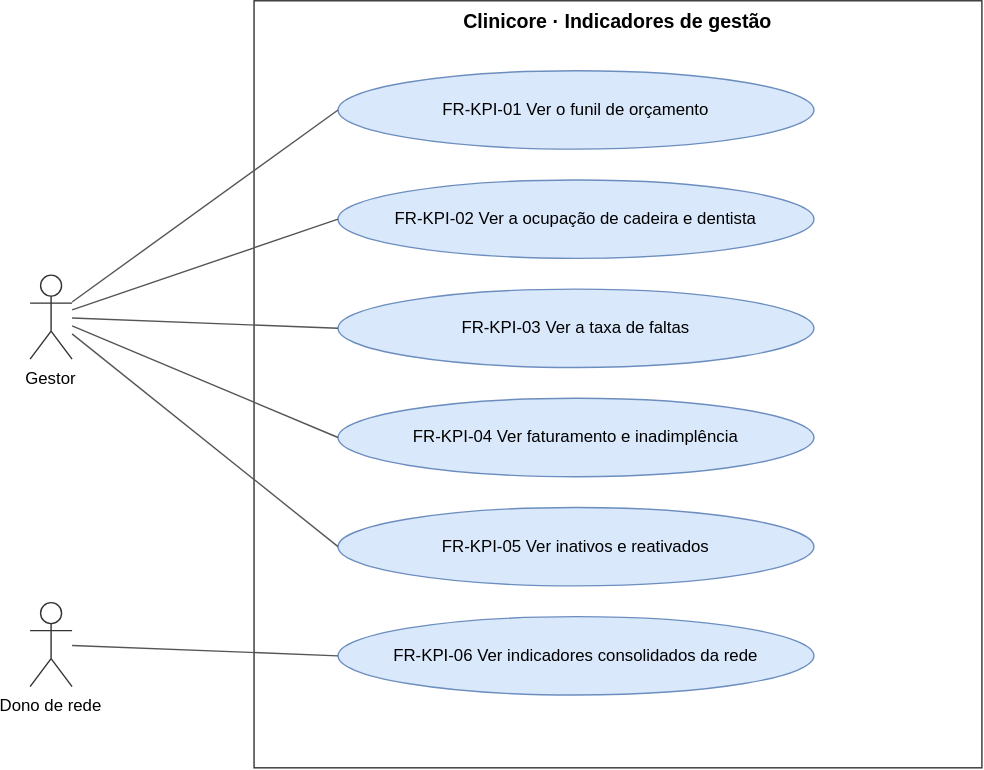
The draw.io diagram docs/requirements/diagrams/use-cases-indicators.drawio.svg in TheoOdawara/clinicore, before a commit. Source tidied: cells renumbered, new cells last; positions are measured from the earlier drawing's top-left corner, leaving out a move shared by most shapes. The source it was exported from:
```xml
<mxGraphModel background="#ffffff">
  <root>
    <mxCell id="0" />
    <mxCell id="1" parent="0" />
    <mxCell id="2" value="Clinicore · Indicadores de gestão" style="rounded=0;whiteSpace=wrap;html=0;fillColor=none;strokeColor=#333333;verticalAlign=top;fontStyle=1;fontSize=14;" parent="1" vertex="1">
      <mxGeometry x="160" width="520" height="548" as="geometry" />
    </mxCell>
    <mxCell id="3" value="FR-KPI-01 Ver o funil de orçamento" style="ellipse;whiteSpace=wrap;html=0;fillColor=#dae8fc;strokeColor=#6c8ebf;fontSize=12;" parent="1" vertex="1">
      <mxGeometry x="220" y="50" width="340" height="56" as="geometry" />
    </mxCell>
    <mxCell id="4" value="FR-KPI-02 Ver a ocupação de cadeira e dentista" style="ellipse;whiteSpace=wrap;html=0;fillColor=#dae8fc;strokeColor=#6c8ebf;fontSize=12;" parent="1" vertex="1">
      <mxGeometry x="220" y="128" width="340" height="56" as="geometry" />
    </mxCell>
    <mxCell id="5" value="FR-KPI-03 Ver a taxa de faltas" style="ellipse;whiteSpace=wrap;html=0;fillColor=#dae8fc;strokeColor=#6c8ebf;fontSize=12;" parent="1" vertex="1">
      <mxGeometry x="220" y="206" width="340" height="56" as="geometry" />
    </mxCell>
    <mxCell id="6" value="FR-KPI-04 Ver faturamento e inadimplência" style="ellipse;whiteSpace=wrap;html=0;fillColor=#dae8fc;strokeColor=#6c8ebf;fontSize=12;" parent="1" vertex="1">
      <mxGeometry x="220" y="284" width="340" height="56" as="geometry" />
    </mxCell>
    <mxCell id="7" value="FR-KPI-05 Ver inativos e reativados" style="ellipse;whiteSpace=wrap;html=0;fillColor=#dae8fc;strokeColor=#6c8ebf;fontSize=12;" parent="1" vertex="1">
      <mxGeometry x="220" y="362" width="340" height="56" as="geometry" />
    </mxCell>
    <mxCell id="8" value="FR-KPI-06 Ver indicadores consolidados da rede" style="ellipse;whiteSpace=wrap;html=0;fillColor=#dae8fc;strokeColor=#6c8ebf;fontSize=12;" parent="1" vertex="1">
      <mxGeometry x="220" y="440" width="340" height="56" as="geometry" />
    </mxCell>
    <mxCell id="9" value="Gestor" style="shape=umlActor;verticalLabelPosition=bottom;verticalAlign=top;html=0;outlineConnect=0;fillColor=#ffffff;strokeColor=#333333;fontSize=12;" parent="1" vertex="1">
      <mxGeometry y="196" width="30" height="60" as="geometry" />
    </mxCell>
    <mxCell id="10" style="endArrow=none;html=0;strokeColor=#555555;entryX=0;entryY=0.5;entryDx=0;entryDy=0;" parent="1" edge="1" source="9" target="3">
      <mxGeometry relative="1" as="geometry" />
    </mxCell>
    <mxCell id="11" style="endArrow=none;html=0;strokeColor=#555555;entryX=0;entryY=0.5;entryDx=0;entryDy=0;" parent="1" edge="1" source="9" target="4">
      <mxGeometry relative="1" as="geometry" />
    </mxCell>
    <mxCell id="12" style="endArrow=none;html=0;strokeColor=#555555;entryX=0;entryY=0.5;entryDx=0;entryDy=0;" parent="1" edge="1" source="9" target="5">
      <mxGeometry relative="1" as="geometry" />
    </mxCell>
    <mxCell id="13" style="endArrow=none;html=0;strokeColor=#555555;entryX=0;entryY=0.5;entryDx=0;entryDy=0;" parent="1" edge="1" source="9" target="6">
      <mxGeometry relative="1" as="geometry" />
    </mxCell>
    <mxCell id="14" style="endArrow=none;html=0;strokeColor=#555555;entryX=0;entryY=0.5;entryDx=0;entryDy=0;" parent="1" edge="1" source="9" target="7">
      <mxGeometry relative="1" as="geometry" />
    </mxCell>
    <mxCell id="15" value="Dono de rede" style="shape=umlActor;verticalLabelPosition=bottom;verticalAlign=top;html=0;outlineConnect=0;fillColor=#ffffff;strokeColor=#333333;fontSize=12;" parent="1" vertex="1">
      <mxGeometry y="430" width="30" height="60" as="geometry" />
    </mxCell>
    <mxCell id="16" style="endArrow=none;html=0;strokeColor=#555555;entryX=0;entryY=0.5;entryDx=0;entryDy=0;" parent="1" edge="1" source="15" target="8">
      <mxGeometry relative="1" as="geometry" />
    </mxCell>
  </root>
</mxGraphModel>
```
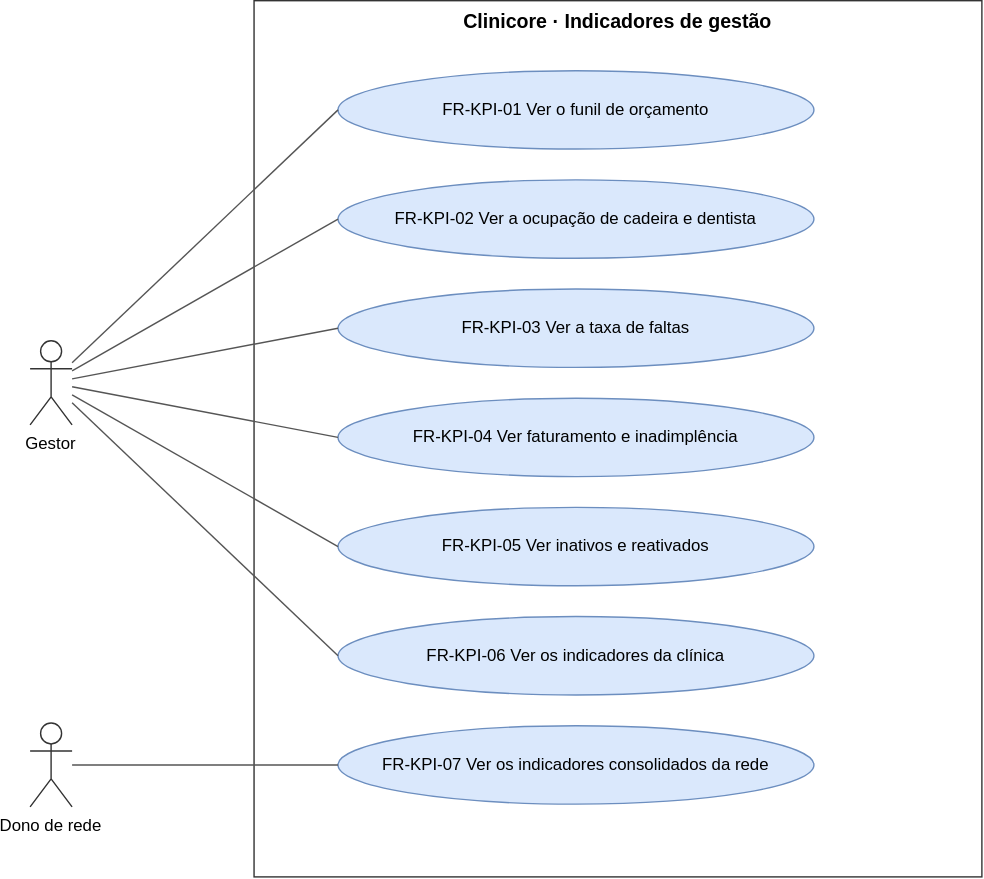
After the commit.

Change to the diagram source:
```diff
@@ -3,7 +3,7 @@
     <mxCell id="0" />
     <mxCell id="1" parent="0" />
     <mxCell id="2" value="Clinicore · Indicadores de gestão" style="rounded=0;whiteSpace=wrap;html=0;fillColor=none;strokeColor=#333333;verticalAlign=top;fontStyle=1;fontSize=14;" parent="1" vertex="1">
-      <mxGeometry x="160" width="520" height="548" as="geometry" />
+      <mxGeometry x="160" width="520" height="626" as="geometry" />
     </mxCell>
     <mxCell id="3" value="FR-KPI-01 Ver o funil de orçamento" style="ellipse;whiteSpace=wrap;html=0;fillColor=#dae8fc;strokeColor=#6c8ebf;fontSize=12;" parent="1" vertex="1">
       <mxGeometry x="220" y="50" width="340" height="56" as="geometry" />
@@ -20,11 +20,11 @@
     <mxCell id="7" value="FR-KPI-05 Ver inativos e reativados" style="ellipse;whiteSpace=wrap;html=0;fillColor=#dae8fc;strokeColor=#6c8ebf;fontSize=12;" parent="1" vertex="1">
       <mxGeometry x="220" y="362" width="340" height="56" as="geometry" />
     </mxCell>
-    <mxCell id="8" value="FR-KPI-06 Ver indicadores consolidados da rede" style="ellipse;whiteSpace=wrap;html=0;fillColor=#dae8fc;strokeColor=#6c8ebf;fontSize=12;" parent="1" vertex="1">
+    <mxCell id="8" value="FR-KPI-06 Ver os indicadores da clínica" style="ellipse;whiteSpace=wrap;html=0;fillColor=#dae8fc;strokeColor=#6c8ebf;fontSize=12;" parent="1" vertex="1">
       <mxGeometry x="220" y="440" width="340" height="56" as="geometry" />
     </mxCell>
     <mxCell id="9" value="Gestor" style="shape=umlActor;verticalLabelPosition=bottom;verticalAlign=top;html=0;outlineConnect=0;fillColor=#ffffff;strokeColor=#333333;fontSize=12;" parent="1" vertex="1">
-      <mxGeometry y="196" width="30" height="60" as="geometry" />
+      <mxGeometry y="243" width="30" height="60" as="geometry" />
     </mxCell>
     <mxCell id="10" style="endArrow=none;html=0;strokeColor=#555555;entryX=0;entryY=0.5;entryDx=0;entryDy=0;" parent="1" edge="1" source="9" target="3">
       <mxGeometry relative="1" as="geometry" />
@@ -42,10 +42,16 @@
       <mxGeometry relative="1" as="geometry" />
     </mxCell>
     <mxCell id="15" value="Dono de rede" style="shape=umlActor;verticalLabelPosition=bottom;verticalAlign=top;html=0;outlineConnect=0;fillColor=#ffffff;strokeColor=#333333;fontSize=12;" parent="1" vertex="1">
-      <mxGeometry y="430" width="30" height="60" as="geometry" />
+      <mxGeometry y="516" width="30" height="60" as="geometry" />
     </mxCell>
-    <mxCell id="16" style="endArrow=none;html=0;strokeColor=#555555;entryX=0;entryY=0.5;entryDx=0;entryDy=0;" parent="1" edge="1" source="15" target="8">
-      <mxGeometry relative="1" as="geometry" />
-    </mxCell>
+    <mxCell id="17" value="FR-KPI-07 Ver os indicadores consolidados da rede" style="ellipse;whiteSpace=wrap;html=0;fillColor=#dae8fc;strokeColor=#6c8ebf;fontSize=12;" parent="1" vertex="1">
+      <mxGeometry x="220" y="518" width="340" height="56" as="geometry" />
+    </mxCell>
+    <mxCell id="18" style="endArrow=none;html=0;strokeColor=#555555;entryX=0;entryY=0.5;entryDx=0;entryDy=0;" parent="1" edge="1" source="9" target="8">
+      <mxGeometry relative="1" as="geometry" />
+    </mxCell>
+    <mxCell id="19" style="endArrow=none;html=0;strokeColor=#555555;entryX=0;entryY=0.5;entryDx=0;entryDy=0;" parent="1" edge="1" source="15" target="17">
+      <mxGeometry relative="1" as="geometry" />
+    </mxCell>
   </root>
 </mxGraphModel>
```
